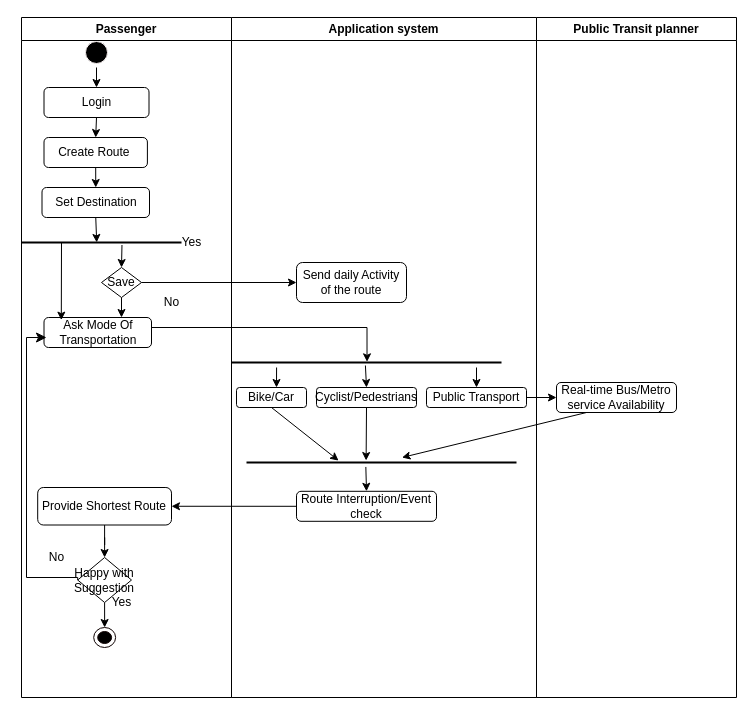
HariniRavi490/Demo-Repo keeps this draw.io diagram as CreateRoute.drawio. Above is the earlier version. Source tidied: cells renumbered, new cells numbered last; positions are measured from the earlier drawing's top-left corner, leaving out a move shared by most shapes. Both pictures are drawn from the tidied source at 100%, with x=0, y=0 at pixel (21, 17).
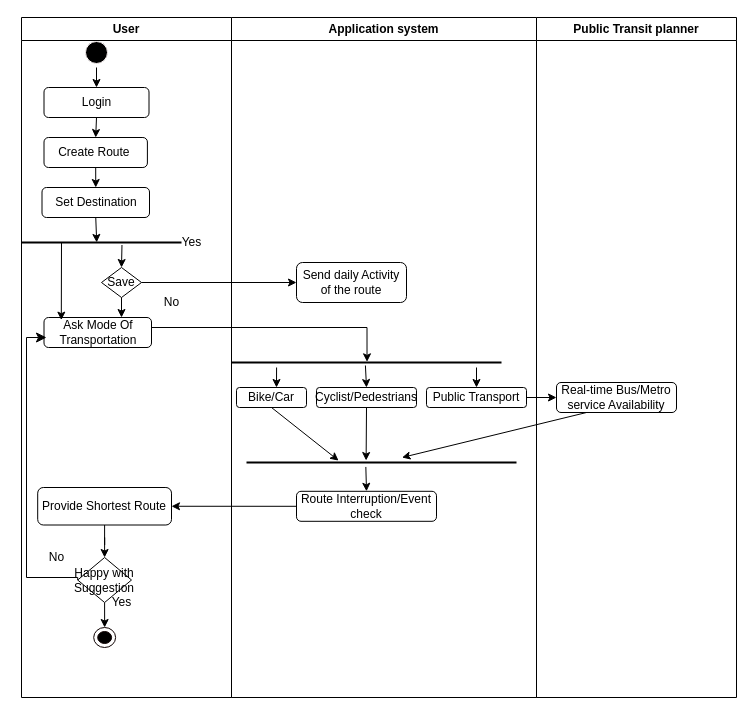
After the change.

Change to the diagram source:
```diff
@@
-    <mxCell id="2" value="Passenger" style="swimlane;whiteSpace=wrap;html=1;" parent="1" vertex="1">
+    <mxCell id="2" value="User" style="swimlane;whiteSpace=wrap;html=1;" parent="1" vertex="1">
       <mxGeometry width="210" height="680" as="geometry" />
     </mxCell>
```
